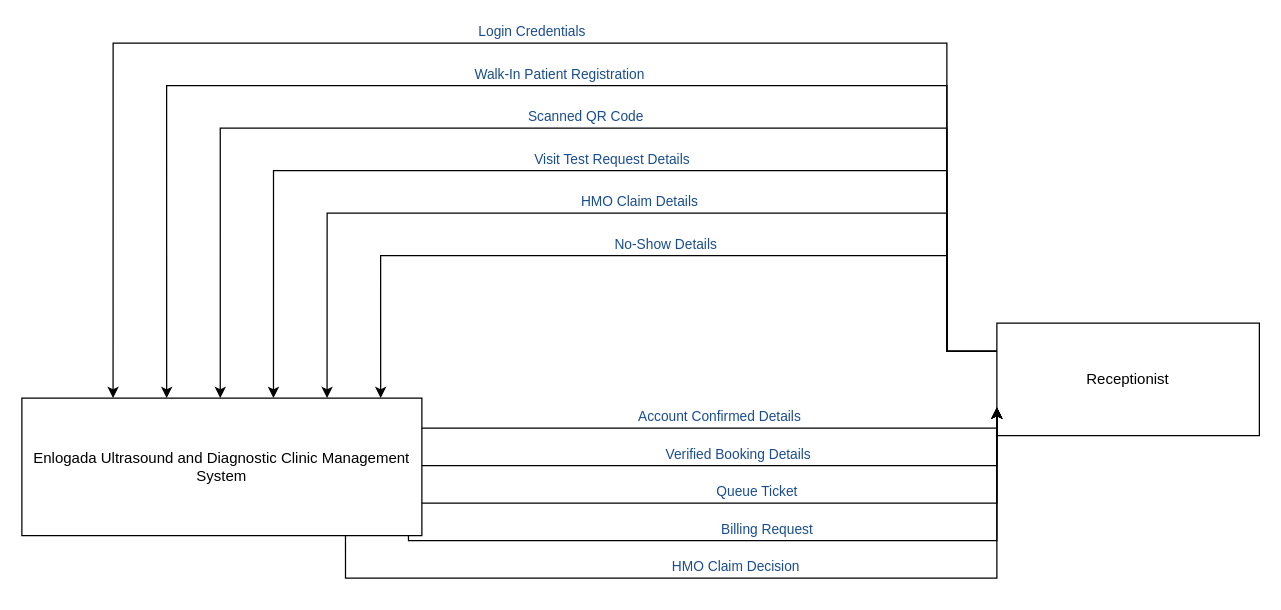
Before: page "Receptionist" (4 of 9) of docs/diagrams/dfd-level0.drawio in steven23lz/Enlogada-Clinic-Management-System, a draw.io diagram. Source tidied: cells renumbered, new cells numbered last; positions are measured from the earlier drawing's top-left corner, leaving out a move shared by most shapes. Both pictures are drawn from the tidied source at 125%, with x=0, y=0 at pixel (21, 42).
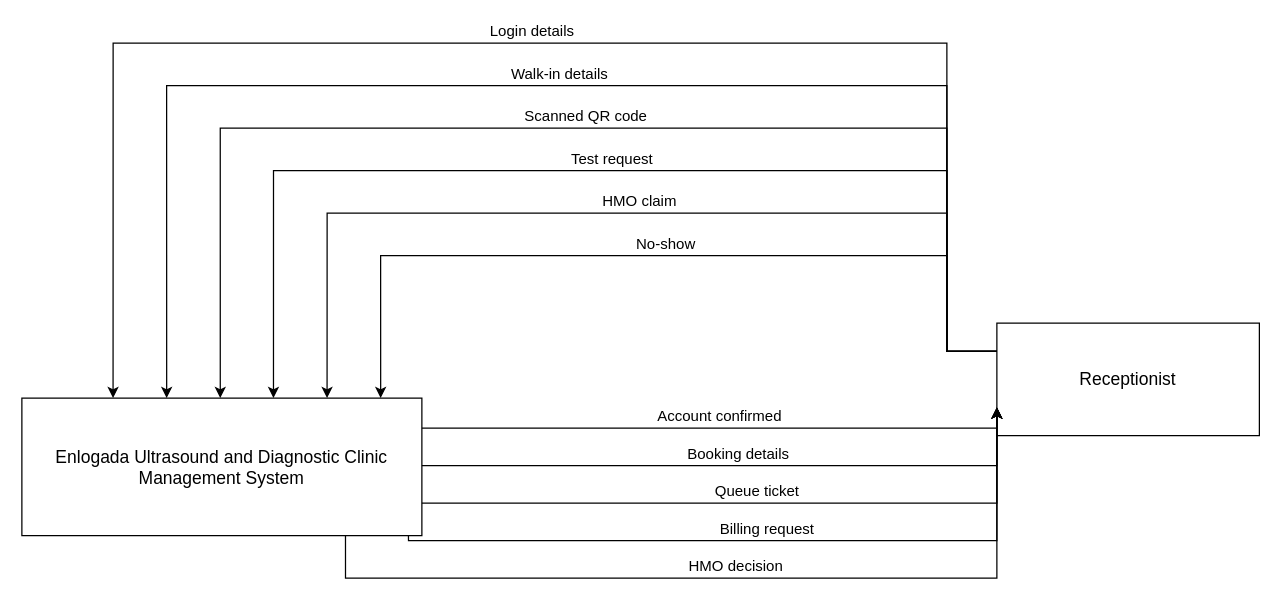
After the change.

What changed in the source:
```diff
@@
-    <mxCell id="2" value="Enlogada Ultrasound and Diagnostic Clinic Management System" style="rounded=0;whiteSpace=wrap;html=1;verticalAlign=middle;fontFamily=Helvetica;fontSize=12;" parent="1" vertex="1">
+    <mxCell id="2" value="Enlogada Ultrasound and Diagnostic Clinic Management System" style="rounded=0;whiteSpace=wrap;html=1;verticalAlign=middle;fontFamily=Helvetica;fontSize=14;fontColor=#000000;strokeColor=#000000;" parent="1" vertex="1">
       <mxGeometry y="284" width="320" height="110" as="geometry" />
     </mxCell>
-    <mxCell id="3" value="Receptionist" style="rounded=0;whiteSpace=wrap;html=1;fontFamily=Helvetica;fontSize=12;" parent="1" vertex="1">
+    <mxCell id="3" value="Receptionist" style="rounded=0;whiteSpace=wrap;html=1;fontFamily=Helvetica;fontSize=14;fontColor=#000000;strokeColor=#000000;" parent="1" vertex="1">
       <mxGeometry x="780" y="224" width="210" height="90" as="geometry" />
     </mxCell>
-    <mxCell id="4" value="Login Credentials" style="edgeStyle=orthogonalEdgeStyle;rounded=0;html=1;fontColor=#1A4D8F;verticalAlign=bottom;fontFamily=Helvetica;fontSize=11;exitX=0;exitY=0.25;exitDx=0;exitDy=0;entryX=0.228;entryY=0;entryDx=0;entryDy=0;" parent="1" edge="1" source="3" target="2">
+    <mxCell id="4" value="Login details" style="edgeStyle=orthogonalEdgeStyle;rounded=0;html=1;verticalAlign=bottom;fontFamily=Helvetica;fontSize=12;fontColor=#000000;strokeColor=#000000;exitX=0;exitY=0.25;exitDx=0;exitDy=0;entryX=0.228;entryY=0;entryDx=0;entryDy=0;" parent="1" edge="1" source="3" target="2">
       <mxGeometry relative="1" as="geometry">
         <Array as="points">
           <mxPoint x="740" />
           <mxPoint x="72.9" />
         </Array>
       </mxGeometry>
     </mxCell>
-    <mxCell id="5" value="Walk-In Patient Registration" style="edgeStyle=orthogonalEdgeStyle;rounded=0;html=1;fontColor=#1A4D8F;verticalAlign=bottom;fontFamily=Helvetica;fontSize=11;exitX=0;exitY=0.25;exitDx=0;exitDy=0;entryX=0.362;entryY=0;entryDx=0;entryDy=0;" parent="1" edge="1" source="3" target="2">
+    <mxCell id="5" value="Walk-in details" style="edgeStyle=orthogonalEdgeStyle;rounded=0;html=1;verticalAlign=bottom;fontFamily=Helvetica;fontSize=12;fontColor=#000000;strokeColor=#000000;exitX=0;exitY=0.25;exitDx=0;exitDy=0;entryX=0.362;entryY=0;entryDx=0;entryDy=0;" parent="1" edge="1" source="3" target="2">
       <mxGeometry relative="1" as="geometry">
         <Array as="points">
           <mxPoint x="740" y="34" />
           <mxPoint x="115.7" y="34" />
         </Array>
       </mxGeometry>
     </mxCell>
-    <mxCell id="6" value="Scanned QR Code" style="edgeStyle=orthogonalEdgeStyle;rounded=0;html=1;fontColor=#1A4D8F;verticalAlign=bottom;fontFamily=Helvetica;fontSize=11;exitX=0;exitY=0.25;exitDx=0;exitDy=0;entryX=0.496;entryY=0;entryDx=0;entryDy=0;" parent="1" edge="1" source="3" target="2">
+    <mxCell id="6" value="Scanned QR code" style="edgeStyle=orthogonalEdgeStyle;rounded=0;html=1;verticalAlign=bottom;fontFamily=Helvetica;fontSize=12;fontColor=#000000;strokeColor=#000000;exitX=0;exitY=0.25;exitDx=0;exitDy=0;entryX=0.496;entryY=0;entryDx=0;entryDy=0;" parent="1" edge="1" source="3" target="2">
       <mxGeometry relative="1" as="geometry">
         <Array as="points">
           <mxPoint x="740" y="68" />
           <mxPoint x="158.6" y="68" />
         </Array>
       </mxGeometry>
     </mxCell>
-    <mxCell id="7" value="Visit Test Request Details" style="edgeStyle=orthogonalEdgeStyle;rounded=0;html=1;fontColor=#1A4D8F;verticalAlign=bottom;fontFamily=Helvetica;fontSize=11;exitX=0;exitY=0.25;exitDx=0;exitDy=0;entryX=0.629;entryY=0;entryDx=0;entryDy=0;" parent="1" edge="1" source="3" target="2">
+    <mxCell id="7" value="Test request" style="edgeStyle=orthogonalEdgeStyle;rounded=0;html=1;verticalAlign=bottom;fontFamily=Helvetica;fontSize=12;fontColor=#000000;strokeColor=#000000;exitX=0;exitY=0.25;exitDx=0;exitDy=0;entryX=0.629;entryY=0;entryDx=0;entryDy=0;" parent="1" edge="1" source="3" target="2">
       <mxGeometry relative="1" as="geometry">
         <Array as="points">
           <mxPoint x="740" y="102" />
           <mxPoint x="201.4" y="102" />
         </Array>
       </mxGeometry>
     </mxCell>
-    <mxCell id="8" value="HMO Claim Details" style="edgeStyle=orthogonalEdgeStyle;rounded=0;html=1;fontColor=#1A4D8F;verticalAlign=bottom;fontFamily=Helvetica;fontSize=11;exitX=0;exitY=0.25;exitDx=0;exitDy=0;entryX=0.763;entryY=0;entryDx=0;entryDy=0;" parent="1" edge="1" source="3" target="2">
+    <mxCell id="8" value="HMO claim" style="edgeStyle=orthogonalEdgeStyle;rounded=0;html=1;verticalAlign=bottom;fontFamily=Helvetica;fontSize=12;fontColor=#000000;strokeColor=#000000;exitX=0;exitY=0.25;exitDx=0;exitDy=0;entryX=0.763;entryY=0;entryDx=0;entryDy=0;" parent="1" edge="1" source="3" target="2">
       <mxGeometry relative="1" as="geometry">
         <Array as="points">
           <mxPoint x="740" y="136" />
           <mxPoint x="244.3" y="136" />
         </Array>
       </mxGeometry>
     </mxCell>
-    <mxCell id="9" value="No-Show Details" style="edgeStyle=orthogonalEdgeStyle;rounded=0;html=1;fontColor=#1A4D8F;verticalAlign=bottom;fontFamily=Helvetica;fontSize=11;exitX=0;exitY=0.25;exitDx=0;exitDy=0;entryX=0.897;entryY=0;entryDx=0;entryDy=0;" parent="1" edge="1" source="3" target="2">
+    <mxCell id="9" value="No-show" style="edgeStyle=orthogonalEdgeStyle;rounded=0;html=1;verticalAlign=bottom;fontFamily=Helvetica;fontSize=12;fontColor=#000000;strokeColor=#000000;exitX=0;exitY=0.25;exitDx=0;exitDy=0;entryX=0.897;entryY=0;entryDx=0;entryDy=0;" parent="1" edge="1" source="3" target="2">
       <mxGeometry relative="1" as="geometry">
         <Array as="points">
           <mxPoint x="740" y="170" />
           <mxPoint x="287.1" y="170" />
         </Array>
       </mxGeometry>
     </mxCell>
-    <mxCell id="10" value="Account Confirmed Details" style="edgeStyle=orthogonalEdgeStyle;rounded=0;html=1;fontColor=#1A4D8F;verticalAlign=bottom;fontFamily=Helvetica;fontSize=11;exitX=1;exitY=0.218;exitDx=0;exitDy=0;entryX=0;entryY=0.75;entryDx=0;entryDy=0;" parent="1" edge="1" source="2" target="3">
+    <mxCell id="10" value="Account confirmed" style="edgeStyle=orthogonalEdgeStyle;rounded=0;html=1;verticalAlign=bottom;fontFamily=Helvetica;fontSize=12;fontColor=#000000;strokeColor=#000000;exitX=1;exitY=0.218;exitDx=0;exitDy=0;entryX=0;entryY=0.75;entryDx=0;entryDy=0;" parent="1" edge="1" source="2" target="3">
       <mxGeometry relative="1" as="geometry">
         <Array as="points">
           <mxPoint x="400" y="308" />
           <mxPoint x="740" y="308" />
         </Array>
       </mxGeometry>
     </mxCell>
-    <mxCell id="11" value="Verified Booking Details" style="edgeStyle=orthogonalEdgeStyle;rounded=0;html=1;fontColor=#1A4D8F;verticalAlign=bottom;fontFamily=Helvetica;fontSize=11;exitX=1;exitY=0.491;exitDx=0;exitDy=0;entryX=0;entryY=0.75;entryDx=0;entryDy=0;" parent="1" edge="1" source="2" target="3">
+    <mxCell id="11" value="Booking details" style="edgeStyle=orthogonalEdgeStyle;rounded=0;html=1;verticalAlign=bottom;fontFamily=Helvetica;fontSize=12;fontColor=#000000;strokeColor=#000000;exitX=1;exitY=0.491;exitDx=0;exitDy=0;entryX=0;entryY=0.75;entryDx=0;entryDy=0;" parent="1" edge="1" source="2" target="3">
       <mxGeometry relative="1" as="geometry">
         <Array as="points">
           <mxPoint x="400" y="338" />
           <mxPoint x="740" y="338" />
         </Array>
       </mxGeometry>
     </mxCell>
-    <mxCell id="12" value="Queue Ticket" style="edgeStyle=orthogonalEdgeStyle;rounded=0;html=1;fontColor=#1A4D8F;verticalAlign=bottom;fontFamily=Helvetica;fontSize=11;exitX=1;exitY=0.764;exitDx=0;exitDy=0;entryX=0;entryY=0.75;entryDx=0;entryDy=0;" parent="1" edge="1" source="2" target="3">
+    <mxCell id="12" value="Queue ticket" style="edgeStyle=orthogonalEdgeStyle;rounded=0;html=1;verticalAlign=bottom;fontFamily=Helvetica;fontSize=12;fontColor=#000000;strokeColor=#000000;exitX=1;exitY=0.764;exitDx=0;exitDy=0;entryX=0;entryY=0.75;entryDx=0;entryDy=0;" parent="1" edge="1" source="2" target="3">
       <mxGeometry relative="1" as="geometry">
         <Array as="points">
           <mxPoint x="400" y="368" />
           <mxPoint x="740" y="368" />
         </Array>
       </mxGeometry>
     </mxCell>
-    <mxCell id="13" value="Billing Request" style="edgeStyle=orthogonalEdgeStyle;rounded=0;html=1;fontColor=#1A4D8F;verticalAlign=bottom;fontFamily=Helvetica;fontSize=11;exitX=1;exitY=1.036;exitDx=0;exitDy=0;entryX=0;entryY=0.75;entryDx=0;entryDy=0;" parent="1" edge="1" source="2" target="3">
+    <mxCell id="13" value="Billing request" style="edgeStyle=orthogonalEdgeStyle;rounded=0;html=1;verticalAlign=bottom;fontFamily=Helvetica;fontSize=12;fontColor=#000000;strokeColor=#000000;exitX=1;exitY=1.036;exitDx=0;exitDy=0;entryX=0;entryY=0.75;entryDx=0;entryDy=0;" parent="1" edge="1" source="2" target="3">
       <mxGeometry relative="1" as="geometry">
         <Array as="points">
           <mxPoint x="400" y="398" />
           <mxPoint x="740" y="398" />
         </Array>
       </mxGeometry>
     </mxCell>
-    <mxCell id="14" value="HMO Claim Decision" style="edgeStyle=orthogonalEdgeStyle;rounded=0;html=1;fontColor=#1A4D8F;verticalAlign=bottom;fontFamily=Helvetica;fontSize=11;exitX=1;exitY=1.309;exitDx=0;exitDy=0;entryX=0;entryY=0.75;entryDx=0;entryDy=0;" parent="1" edge="1" source="2" target="3">
+    <mxCell id="14" value="HMO decision" style="edgeStyle=orthogonalEdgeStyle;rounded=0;html=1;verticalAlign=bottom;fontFamily=Helvetica;fontSize=12;fontColor=#000000;strokeColor=#000000;exitX=1;exitY=1.309;exitDx=0;exitDy=0;entryX=0;entryY=0.75;entryDx=0;entryDy=0;" parent="1" edge="1" source="2" target="3">
       <mxGeometry relative="1" as="geometry">
         <Array as="points">
           <mxPoint x="400" y="428" />
           <mxPoint x="740" y="428" />
         </Array>
       </mxGeometry>
     </mxCell>
```
